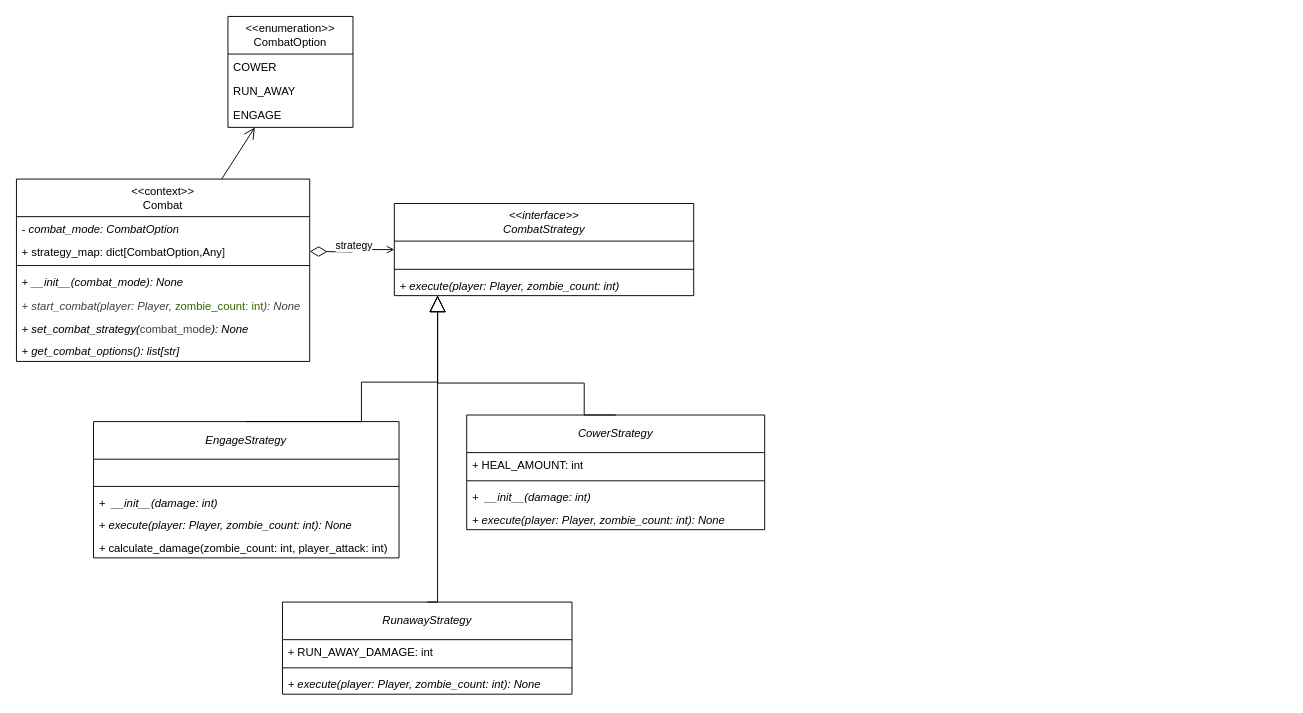
Above: page "combat_after" (2 of 3) of src/model_after_pattern/after_pattern.drawio in arsenie-sarmiento/ZombieInMyPocket (draw.io), before the change. Source tidied: cells renumbered, new cells numbered last; positions are measured from the earlier drawing's top-left corner, leaving out a move shared by most shapes. Both pictures are drawn from the tidied source at 94%, with x=0, y=0 at pixel (16, 16).
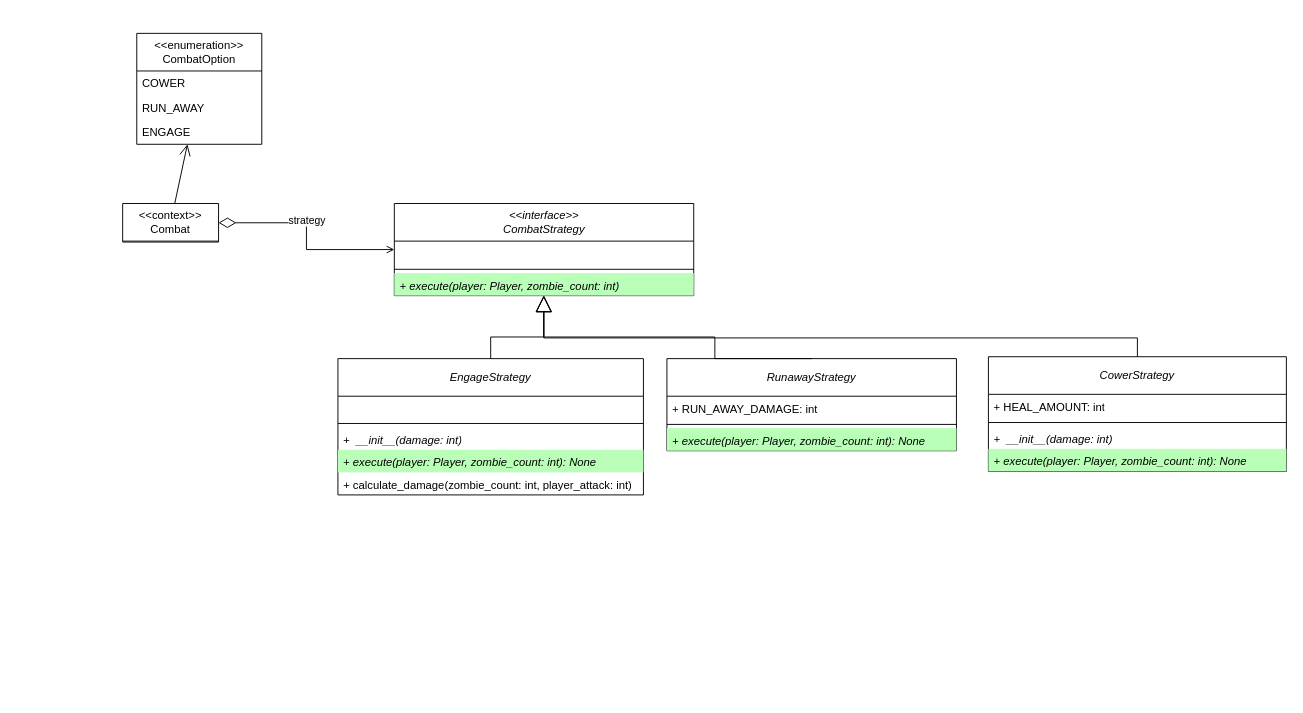
Above is the later version.

Unchanged cells that the change refers to:
```xml
<mxCell id="13" value="&lt;i&gt;&amp;lt;&amp;lt;interface&amp;gt;&amp;gt;&lt;/i&gt;&lt;div&gt;&lt;i&gt;CombatStrategy&lt;/i&gt;&lt;/div&gt;" style="swimlane;fontStyle=0;horizontal=1;startSize=40;fillColor=none;whiteSpace=wrap;html=1;" parent="1" vertex="1">
  <mxGeometry x="402" y="199" width="318.5" height="98" as="geometry" />
</mxCell>
```

What changed in the source:
```diff
@@
-    <mxCell id="3" value="&amp;lt;&amp;lt;context&amp;gt;&amp;gt;&lt;div&gt;Combat&lt;/div&gt;" style="swimlane;fontStyle=0;horizontal=1;startSize=40;fillColor=none;whiteSpace=wrap;html=1;" parent="1" vertex="1">
-      <mxGeometry y="173" width="312" height="194" as="geometry" />
+    <mxCell id="3" value="&amp;lt;&amp;lt;context&amp;gt;&amp;gt;&lt;div&gt;Combat&lt;/div&gt;" style="swimlane;fontStyle=0;horizontal=1;startSize=40;fillColor=none;whiteSpace=wrap;html=1;" parent="1" vertex="1" collapsed="1">
+      <mxGeometry x="113" y="199" width="102" height="41" as="geometry" />
     </mxCell>
-    <mxCell id="4" value="- combat_mode: CombatOption" style="text;strokeColor=none;fillColor=none;align=left;verticalAlign=top;spacingLeft=4;spacingRight=4;overflow=hidden;whiteSpace=wrap;html=1;fontStyle=2;" parent="3" vertex="1">
-      <mxGeometry y="40" width="312" height="24" as="geometry" />
-    </mxCell>
-    <mxCell id="5" value="&lt;span style=&quot;color: rgb(0, 0, 0); font-style: normal;&quot;&gt;+ strategy_map: dict[CombatOption,Any]&lt;/span&gt;" style="text;strokeColor=none;fillColor=none;align=left;verticalAlign=top;spacingLeft=4;spacingRight=4;overflow=hidden;whiteSpace=wrap;html=1;fontStyle=2;" parent="3" vertex="1">
-      <mxGeometry y="64" width="312" height="24" as="geometry" />
-    </mxCell>
-    <mxCell id="6" style="line;strokeWidth=1;fillColor=none;align=left;verticalAlign=middle;spacingTop=-1;spacingLeft=3;spacingRight=3;labelPosition=right;strokeColor=inherit;" parent="3" vertex="1">
-      <mxGeometry y="88" width="312" height="8" as="geometry" />
-    </mxCell>
-    <mxCell id="7" value="+ __init__(combat_mode): None" style="text;strokeColor=none;fillColor=none;align=left;verticalAlign=top;spacingLeft=4;spacingRight=4;overflow=hidden;whiteSpace=wrap;html=1;fontStyle=2;" parent="3" vertex="1">
-      <mxGeometry y="96" width="312" height="26" as="geometry" />
-    </mxCell>
-    <mxCell id="8" value="&lt;span style=&quot;color: rgb(63, 63, 63);&quot;&gt;+&amp;nbsp;start_combat(player: Player,&amp;nbsp;&lt;/span&gt;&lt;font style=&quot;scrollbar-color: rgb(226, 226, 226) rgb(251, 251, 251); font-style: normal; color: rgb(51, 102, 0);&quot;&gt;zombie_count: int&lt;/font&gt;&lt;span style=&quot;color: rgb(63, 63, 63);&quot;&gt;): None&lt;/span&gt;" style="text;strokeColor=none;fillColor=none;align=left;verticalAlign=top;spacingLeft=4;spacingRight=4;overflow=hidden;whiteSpace=wrap;html=1;fontStyle=2;fontColor=default;" parent="3" vertex="1">
-      <mxGeometry y="122" width="312" height="24" as="geometry" />
-    </mxCell>
-    <mxCell id="9" value="&lt;span style=&quot;scrollbar-color: rgb(226, 226, 226) rgb(251, 251, 251); background-color: rgb(251, 251, 251); float: none; color: rgb(0, 0, 0); display: inline !important;&quot;&gt;+ set_combat_strategy(&lt;/span&gt;&lt;span style=&quot;scrollbar-color: rgb(226, 226, 226) rgb(251, 251, 251); font-style: normal; background-color: rgb(251, 251, 251); color: rgb(63, 63, 63);&quot;&gt;combat_mode&lt;/span&gt;&lt;span style=&quot;scrollbar-color: rgb(226, 226, 226) rgb(251, 251, 251); background-color: rgb(251, 251, 251); float: none; color: rgb(0, 0, 0); display: inline !important;&quot;&gt;): None&lt;/span&gt;" style="text;strokeColor=none;fillColor=none;align=left;verticalAlign=top;spacingLeft=4;spacingRight=4;overflow=hidden;whiteSpace=wrap;html=1;fontStyle=2;fontColor=default;" parent="3" vertex="1">
-      <mxGeometry y="146" width="312" height="24" as="geometry" />
-    </mxCell>
-    <mxCell id="10" value="+ get_combat_options(): list[str]" style="text;strokeColor=none;fillColor=none;align=left;verticalAlign=top;spacingLeft=4;spacingRight=4;overflow=hidden;whiteSpace=wrap;html=1;fontStyle=2;fontColor=default;" parent="3" vertex="1">
-      <mxGeometry y="170" width="312" height="24" as="geometry" />
-    </mxCell>
-    <mxCell id="11" style="edgeStyle=orthogonalEdgeStyle;html=1;entryX=1;entryY=0.5;entryDx=0;entryDy=0;endArrow=diamondThin;endFill=0;endSize=16;rounded=0;curved=0;startArrow=open;startFill=0;" parent="1" edge="1" source="13">
-      <mxGeometry relative="1" as="geometry">
-        <mxPoint x="312" y="250" as="targetPoint" />
-      </mxGeometry>
+    <mxCell id="11" style="edgeStyle=orthogonalEdgeStyle;html=1;endArrow=diamondThin;endFill=0;endSize=16;rounded=0;curved=0;startArrow=open;startFill=0;" parent="1" edge="1" source="13" target="3">
+      <mxGeometry relative="1" as="geometry" />
     </mxCell>
@@
-    <mxCell id="16" value="+ execute(player: Player, zombie_count: int)" style="text;strokeColor=none;fillColor=none;align=left;verticalAlign=top;spacingLeft=4;spacingRight=4;overflow=hidden;whiteSpace=wrap;html=1;fontStyle=2;" parent="13" vertex="1">
+    <mxCell id="16" value="+ execute(player: Player, zombie_count: int)" style="text;strokeColor=none;fillColor=#B9FFB7;align=left;verticalAlign=top;spacingLeft=4;spacingRight=4;overflow=hidden;whiteSpace=wrap;html=1;fontStyle=2;" parent="13" vertex="1">
       <mxGeometry y="74" width="318.5" height="24" as="geometry" />
     </mxCell>
-    <mxCell id="17" style="edgeStyle=orthogonalEdgeStyle;html=1;exitX=0.5;exitY=0;exitDx=0;exitDy=0;rounded=0;curved=0;endArrow=block;endFill=0;endSize=15;" parent="1" edge="1" source="18" target="13">
+    <mxCell id="17" style="html=1;exitX=0.5;exitY=0;exitDx=0;exitDy=0;rounded=0;endArrow=block;endFill=0;endSize=15;edgeStyle=orthogonalEdgeStyle;" parent="1" edge="1" source="18" target="13">
       <mxGeometry relative="1" as="geometry">
         <Array as="points">
-          <mxPoint x="367" y="431" />
-          <mxPoint x="367" y="389" />
-          <mxPoint x="448" y="389" />
+          <mxPoint x="505" y="341" />
+          <mxPoint x="561" y="341" />
         </Array>
       </mxGeometry>
     </mxCell>
     <mxCell id="18" value="&lt;i&gt;EngageStrategy&lt;/i&gt;" style="swimlane;fontStyle=0;horizontal=1;startSize=40;fillColor=none;whiteSpace=wrap;html=1;" parent="1" vertex="1">
-      <mxGeometry x="82" y="431" width="325" height="145" as="geometry" />
+      <mxGeometry x="342" y="364" width="325" height="145" as="geometry" />
     </mxCell>
@@
-    <mxCell id="22" value="+ execute(player: Player, zombie_count: int): None" style="text;strokeColor=none;fillColor=none;align=left;verticalAlign=top;spacingLeft=4;spacingRight=4;overflow=hidden;whiteSpace=wrap;html=1;fontStyle=2;" parent="18" vertex="1">
+    <mxCell id="22" value="+ execute(player: Player, zombie_count: int): None" style="text;strokeColor=none;fillColor=#B9FFB7;align=left;verticalAlign=top;spacingLeft=4;spacingRight=4;overflow=hidden;whiteSpace=wrap;html=1;fontStyle=2;" parent="18" vertex="1">
       <mxGeometry y="97" width="325" height="24" as="geometry" />
     </mxCell>
@@
     <mxCell id="24" value="&lt;i&gt;RunawayStrategy&lt;/i&gt;" style="swimlane;fontStyle=0;horizontal=1;startSize=40;fillColor=none;whiteSpace=wrap;html=1;" parent="1" vertex="1">
-      <mxGeometry x="283" y="623" width="308" height="98" as="geometry" />
+      <mxGeometry x="692" y="364" width="308" height="98" as="geometry" />
     </mxCell>
@@
-    <mxCell id="27" value="+ execute(player: Player, zombie_count: int): None" style="text;strokeColor=none;fillColor=none;align=left;verticalAlign=top;spacingLeft=4;spacingRight=4;overflow=hidden;whiteSpace=wrap;html=1;fontStyle=2;" parent="24" vertex="1">
+    <mxCell id="27" value="+ execute(player: Player, zombie_count: int): None" style="text;strokeColor=none;fillColor=#B9FFB7;align=left;verticalAlign=top;spacingLeft=4;spacingRight=4;overflow=hidden;whiteSpace=wrap;html=1;fontStyle=2;" parent="24" vertex="1">
       <mxGeometry y="74" width="308" height="24" as="geometry" />
     </mxCell>
     <mxCell id="28" value="&lt;i&gt;CowerStrategy&lt;/i&gt;" style="swimlane;fontStyle=0;horizontal=1;startSize=40;fillColor=none;whiteSpace=wrap;html=1;" parent="1" vertex="1">
-      <mxGeometry x="479" y="424" width="317" height="122" as="geometry" />
+      <mxGeometry x="1034" y="362" width="317" height="122" as="geometry" />
     </mxCell>
@@
-    <mxCell id="32" value="+ execute(player: Player, zombie_count: int): None" style="text;strokeColor=none;fillColor=none;align=left;verticalAlign=top;spacingLeft=4;spacingRight=4;overflow=hidden;whiteSpace=wrap;html=1;fontStyle=2;" parent="28" vertex="1">
+    <mxCell id="32" value="+ execute(player: Player, zombie_count: int): None" style="text;strokeColor=none;fillColor=#B9FFB7;align=left;verticalAlign=top;spacingLeft=4;spacingRight=4;overflow=hidden;whiteSpace=wrap;html=1;fontStyle=2;" parent="28" vertex="1">
       <mxGeometry y="98" width="317" height="24" as="geometry" />
     </mxCell>
     <mxCell id="33" style="edgeStyle=orthogonalEdgeStyle;html=1;exitX=0.5;exitY=0;exitDx=0;exitDy=0;rounded=0;curved=0;endArrow=block;endFill=0;endSize=15;" parent="1" edge="1" source="28" target="13">
       <mxGeometry relative="1" as="geometry">
         <Array as="points">
-          <mxPoint x="604" y="424" />
-          <mxPoint x="604" y="390" />
-          <mxPoint x="448" y="390" />
+          <mxPoint x="1193" y="342" />
+          <mxPoint x="561" y="342" />
         </Array>
       </mxGeometry>
     </mxCell>
     <mxCell id="34" style="edgeStyle=orthogonalEdgeStyle;html=1;rounded=0;curved=0;endArrow=block;endFill=0;endSize=15;exitX=0.5;exitY=0;exitDx=0;exitDy=0;" parent="1" edge="1" source="24" target="13">
       <mxGeometry relative="1" as="geometry">
         <Array as="points">
-          <mxPoint x="448" y="623" />
+          <mxPoint x="743" y="364" />
+          <mxPoint x="743" y="341" />
+          <mxPoint x="561" y="341" />
         </Array>
       </mxGeometry>
     </mxCell>
     <mxCell id="35" value="&amp;lt;&amp;lt;enumeration&amp;gt;&amp;gt;&lt;div&gt;CombatOption&lt;/div&gt;" style="swimlane;fontStyle=0;horizontal=1;startSize=40;fillColor=none;whiteSpace=wrap;html=1;" parent="1" vertex="1">
-      <mxGeometry x="225" width="133" height="118" as="geometry" />
+      <mxGeometry x="128" y="18" width="133" height="118" as="geometry" />
     </mxCell>
```
